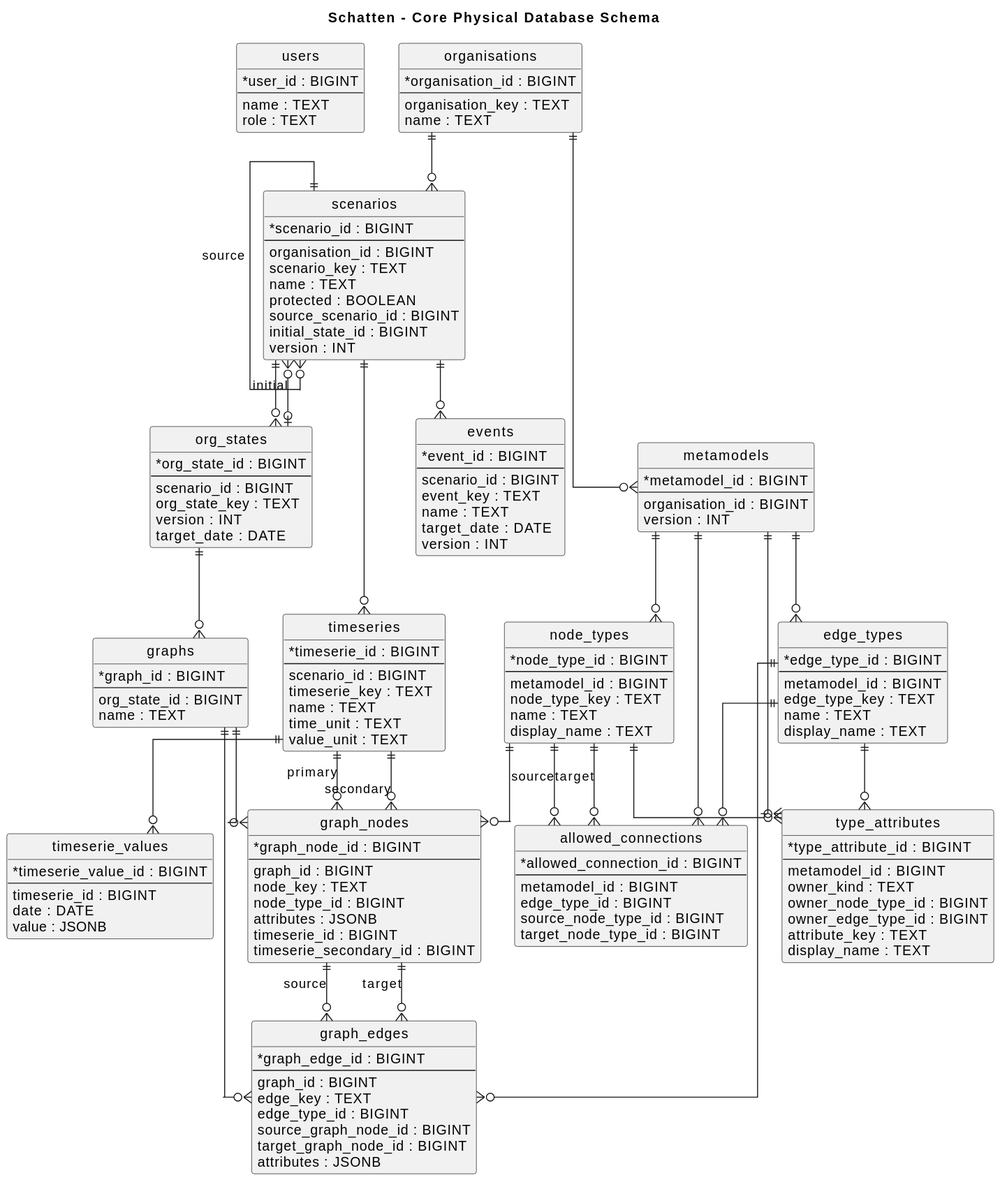
Before: docs/diagrams/generated/db-physical-schema.svg, a diagram exported from PlantUML (lupaus-eu/shadow).
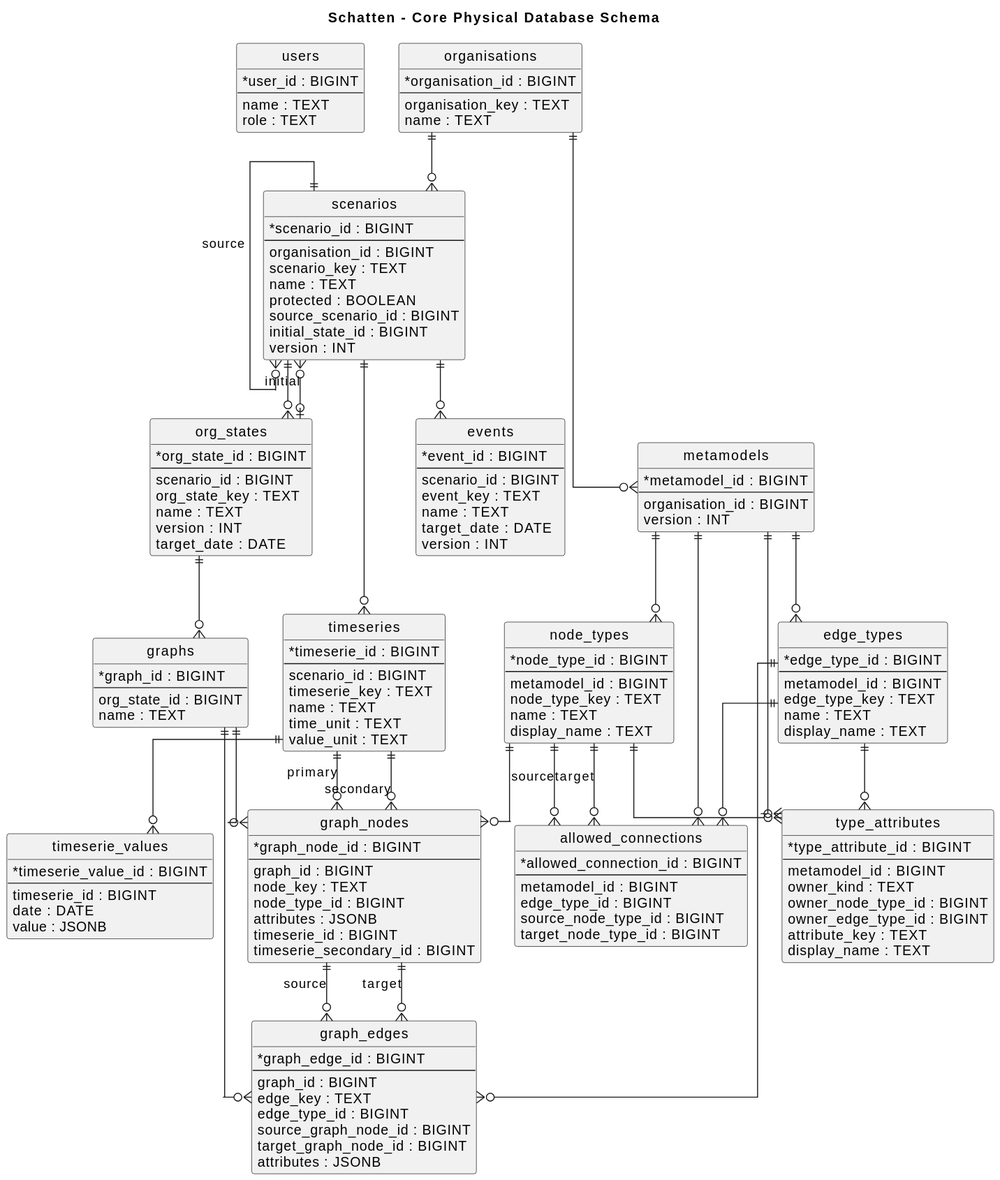
After the change.

Change to the diagram source:
```diff
@@ -36,6 +36,7 @@
   --
   scenario_id : BIGINT
   org_state_key : TEXT
+  name : TEXT
   version : INT
   target_date : DATE
 }
```
